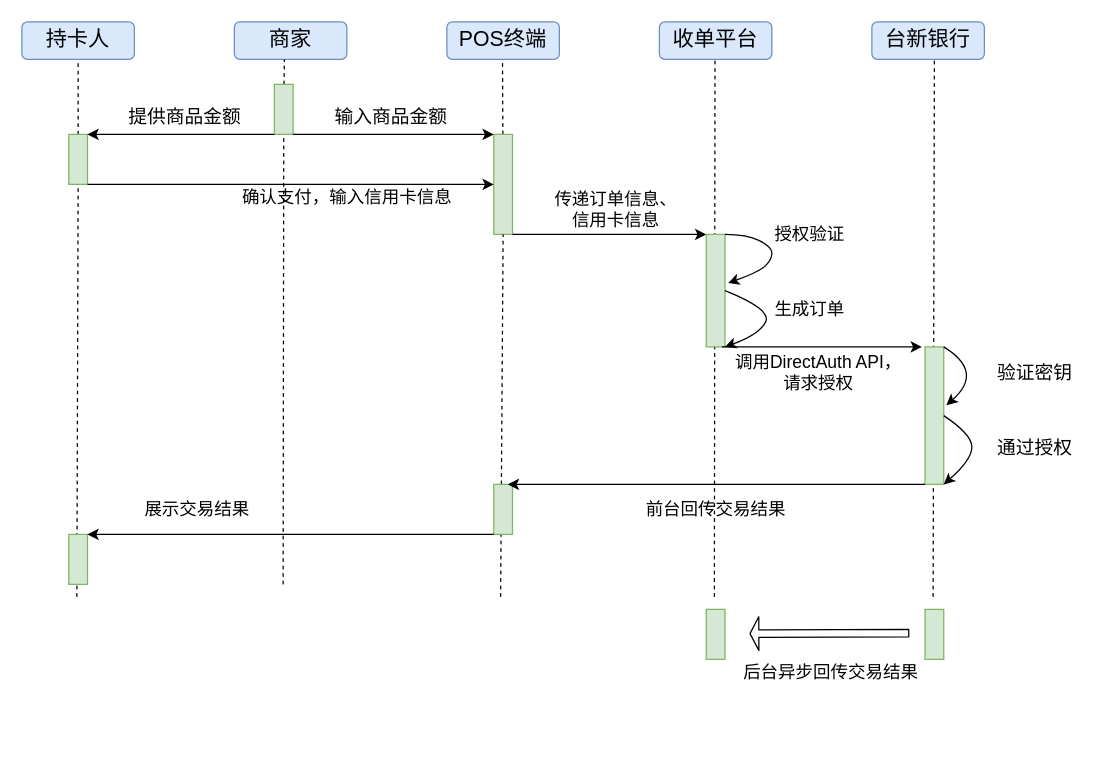
Earlier version of the draw.io diagram 台新银行--信用卡转账.drawio (MarkYongfengZheng/WFT). Source tidied: cells renumbered, new cells numbered last; positions are measured from the earlier drawing's top-left corner, leaving out a move shared by most shapes. Both pictures are drawn from the tidied source at 125%, with x=0, y=0 at pixel (21, 21).
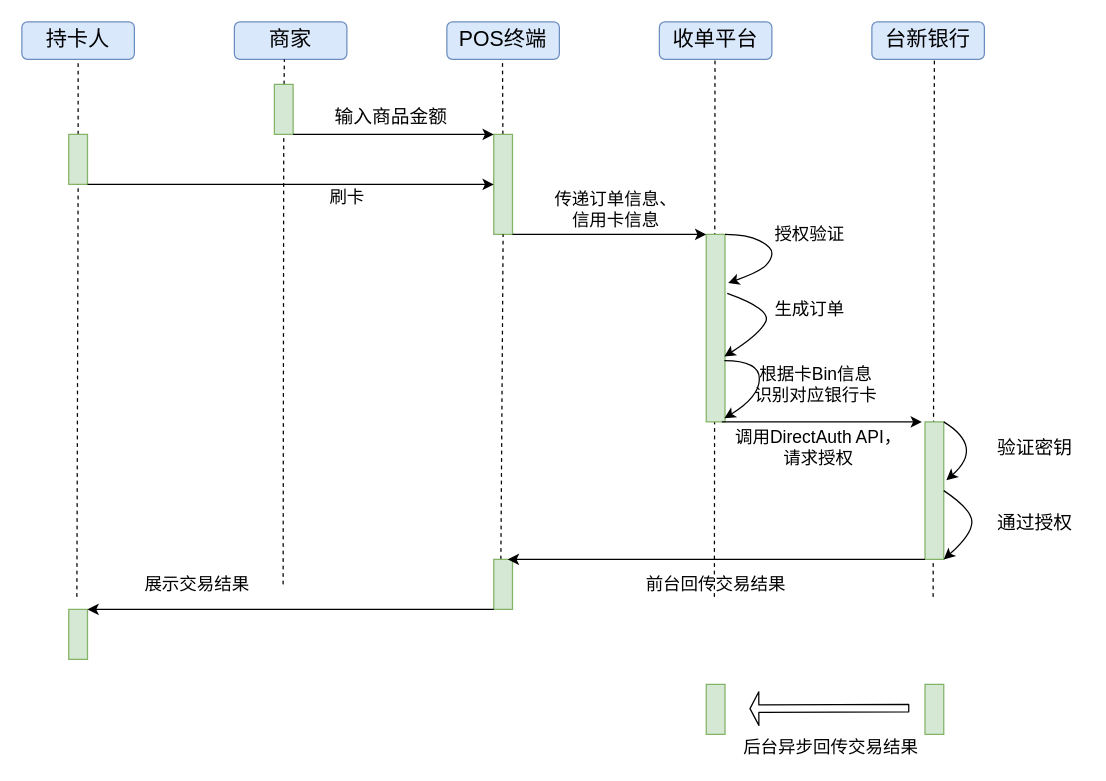
After the change.

Commit message:
Update 台新银行--信用卡转账.drawio

The change refers to these unchanged cells:
```xml
<mxCell id="12" style="rounded=0;whiteSpace=wrap;html=1;fontSize=17;fillColor=#d5e8d4;strokeColor=#82b366;" parent="1" vertex="1">
  <mxGeometry x="202" y="50" width="15" height="40" as="geometry" />
</mxCell>
<mxCell id="14" style="rounded=0;whiteSpace=wrap;html=1;fontSize=17;fillColor=#d5e8d4;strokeColor=#82b366;" parent="1" vertex="1">
  <mxGeometry x="37.5" y="90" width="15" height="40" as="geometry" />
</mxCell>
```

Change to the diagram source:
```diff
@@
-    <mxCell id="16" style="endArrow=classic;html=1;fontSize=17;exitX=0;exitY=1;exitDx=0;exitDy=0;entryX=1;entryY=0;entryDx=0;entryDy=0;" parent="1" edge="1" source="12" target="14">
-      <mxGeometry relative="1" as="geometry" />
-    </mxCell>
-    <mxCell id="17" value="提供商品金额" style="text;html=1;align=center;verticalAlign=middle;fontSize=15;" parent="1" vertex="1">
-      <mxGeometry x="75" y="65" width="110" height="20" as="geometry" />
-    </mxCell>
@@
-    <mxCell id="20" value="确认支付，输入信用卡信息" style="text;html=1;align=center;verticalAlign=middle;fontSize=14;" parent="1" vertex="1">
-      <mxGeometry x="170" y="130" width="180" height="20" as="geometry" />
+    <mxCell id="20" value="刷卡" style="text;html=1;align=center;verticalAlign=middle;fontSize=14;" parent="1" vertex="1">
+      <mxGeometry x="240" y="130" width="40" height="20" as="geometry" />
     </mxCell>
     <mxCell id="21" style="rounded=0;whiteSpace=wrap;html=1;fontSize=17;fillColor=#d5e8d4;strokeColor=#82b366;" parent="1" vertex="1">
-      <mxGeometry x="547.5" y="170" width="15" height="90" as="geometry" />
+      <mxGeometry x="547.5" y="170" width="15" height="150" as="geometry" />
     </mxCell>
@@
-    <mxCell id="26" style="curved=1;endArrow=classic;html=1;fontSize=15;exitX=1;exitY=0.5;exitDx=0;exitDy=0;entryX=1;entryY=1;entryDx=0;entryDy=0;" parent="1" edge="1" source="21" target="21">
+    <mxCell id="26" style="curved=1;endArrow=classic;html=1;fontSize=15;exitX=1.12;exitY=0.315;exitDx=0;exitDy=0;entryX=0.963;entryY=0.652;entryDx=0;entryDy=0;entryPerimeter=0;exitPerimeter=0;" parent="1" edge="1" source="21" target="21">
       <mxGeometry relative="1" as="geometry">
         <Array as="points">
           <mxPoint x="600" y="230" />
           <mxPoint x="590" y="250" />
         </Array>
       </mxGeometry>
     </mxCell>
@@
     <mxCell id="28" style="rounded=0;whiteSpace=wrap;html=1;fontSize=17;fillColor=#d5e8d4;strokeColor=#82b366;" parent="1" vertex="1">
-      <mxGeometry x="722.5" y="260" width="15" height="110" as="geometry" />
+      <mxGeometry x="722.5" y="320" width="15" height="110" as="geometry" />
     </mxCell>
     <mxCell id="29" style="endArrow=classic;html=1;fontSize=15;" parent="1" edge="1">
       <mxGeometry relative="1" as="geometry">
-        <mxPoint x="560" y="260" as="sourcePoint" />
-        <mxPoint x="720" y="260" as="targetPoint" />
+        <mxPoint x="560" y="320" as="sourcePoint" />
+        <mxPoint x="720" y="320" as="targetPoint" />
       </mxGeometry>
     </mxCell>
     <mxCell id="30" value="&lt;div&gt;调用DirectAuth API，&lt;/div&gt;&lt;div&gt;请求授权&lt;/div&gt;" style="text;html=1;align=center;verticalAlign=middle;points=[];fontSize=14;" parent="1" vertex="1">
-      <mxGeometry x="562" y="260" width="150" height="40" as="geometry" />
+      <mxGeometry x="562" y="320" width="150" height="40" as="geometry" />
     </mxCell>
     <mxCell id="31" style="curved=1;endArrow=classic;html=1;fontSize=15;exitX=1;exitY=0;exitDx=0;exitDy=0;entryX=1.139;entryY=0.424;entryDx=0;entryDy=0;entryPerimeter=0;" parent="1" edge="1" source="28" target="28">
       <mxGeometry relative="1" as="geometry">
         <Array as="points">
-          <mxPoint x="770" y="280" />
+          <mxPoint x="770" y="340" />
         </Array>
       </mxGeometry>
     </mxCell>
     <mxCell id="32" value="验证密钥" style="text;html=1;align=center;verticalAlign=middle;fontSize=15;" parent="1" vertex="1">
-      <mxGeometry x="770" y="270" width="80" height="20" as="geometry" />
+      <mxGeometry x="770" y="330" width="80" height="20" as="geometry" />
     </mxCell>
     <mxCell id="33" style="endArrow=none;dashed=1;html=1;fontSize=17;entryX=0.5;entryY=1;entryDx=0;entryDy=0;" parent="1" edge="1" source="37">
       <mxGeometry relative="1" as="geometry">
-        <mxPoint x="42.5" y="450" as="targetPoint" />
+        <mxPoint x="42.5" y="510" as="targetPoint" />
       </mxGeometry>
     </mxCell>
     <mxCell id="34" style="rounded=0;whiteSpace=wrap;html=1;fontSize=17;fillColor=#d5e8d4;strokeColor=#82b366;" parent="1" vertex="1">
-      <mxGeometry x="377.5" y="370" width="15" height="40" as="geometry" />
+      <mxGeometry x="377.5" y="430" width="15" height="40" as="geometry" />
     </mxCell>
     <mxCell id="35" style="endArrow=classic;html=1;fontSize=15;exitX=0;exitY=1;exitDx=0;exitDy=0;entryX=0.75;entryY=0;entryDx=0;entryDy=0;" parent="1" edge="1" target="34">
       <mxGeometry relative="1" as="geometry">
-        <mxPoint x="722.5" y="370" as="sourcePoint" />
+        <mxPoint x="722.5" y="430" as="sourcePoint" />
       </mxGeometry>
     </mxCell>
     <mxCell id="36" value="前台回传交易结果" style="text;html=1;align=center;verticalAlign=middle;fontSize=14;" parent="1" vertex="1">
-      <mxGeometry x="490" y="380" width="130" height="20" as="geometry" />
+      <mxGeometry x="490" y="440" width="130" height="20" as="geometry" />
     </mxCell>
     <mxCell id="37" style="rounded=0;whiteSpace=wrap;html=1;fontSize=17;fillColor=#d5e8d4;strokeColor=#82b366;" parent="1" vertex="1">
-      <mxGeometry x="37.5" y="410" width="15" height="40" as="geometry" />
+      <mxGeometry x="37.5" y="470" width="15" height="40" as="geometry" />
     </mxCell>
@@
     <mxCell id="39" value="展示交易结果" style="text;html=1;align=center;verticalAlign=middle;fontSize=14;" parent="1" vertex="1">
-      <mxGeometry x="90" y="380" width="100" height="20" as="geometry" />
+      <mxGeometry x="90" y="440" width="100" height="20" as="geometry" />
     </mxCell>
@@
     <mxCell id="43" style="curved=1;endArrow=classic;html=1;fontSize=15;exitX=1;exitY=0.5;exitDx=0;exitDy=0;entryX=1;entryY=1;entryDx=0;entryDy=0;" parent="1" edge="1" source="28" target="28">
       <mxGeometry relative="1" as="geometry">
         <Array as="points">
-          <mxPoint x="760" y="330" />
-          <mxPoint x="760" y="350" />
+          <mxPoint x="760" y="390" />
+          <mxPoint x="760" y="410" />
         </Array>
       </mxGeometry>
     </mxCell>
     <mxCell id="44" value="通过授权" style="text;html=1;align=center;verticalAlign=middle;fontSize=15;" parent="1" vertex="1">
-      <mxGeometry x="770" y="330" width="80" height="20" as="geometry" />
+      <mxGeometry x="770" y="390" width="80" height="20" as="geometry" />
     </mxCell>
     <mxCell id="45" style="rounded=0;whiteSpace=wrap;html=1;fontSize=17;fillColor=#d5e8d4;strokeColor=#82b366;" parent="1" vertex="1">
-      <mxGeometry x="722.5" y="470" width="15" height="40" as="geometry" />
+      <mxGeometry x="722.5" y="530" width="15" height="40" as="geometry" />
     </mxCell>
     <mxCell id="46" style="shape=flexArrow;endArrow=classic;html=1;fontSize=14;width=5.882352941176471;endSize=2.023529411764706;" parent="1" edge="1">
       <mxGeometry relative="1" as="geometry">
-        <mxPoint x="710" y="489" as="sourcePoint" />
-        <mxPoint x="582" y="489.4" as="targetPoint" />
+        <mxPoint x="710" y="549" as="sourcePoint" />
+        <mxPoint x="582" y="549.4" as="targetPoint" />
       </mxGeometry>
     </mxCell>
     <mxCell id="47" style="rounded=0;whiteSpace=wrap;html=1;fontSize=17;fillColor=#d5e8d4;strokeColor=#82b366;" parent="1" vertex="1">
-      <mxGeometry x="547.5" y="470" width="15" height="40" as="geometry" />
+      <mxGeometry x="547.5" y="530" width="15" height="40" as="geometry" />
     </mxCell>
     <mxCell id="48" value="后台异步回传交易结果" style="text;html=1;align=center;verticalAlign=middle;fontSize=14;" parent="1" vertex="1">
-      <mxGeometry x="567" y="510" width="160" height="20" as="geometry" />
+      <mxGeometry x="567" y="570" width="160" height="20" as="geometry" />
     </mxCell>
+    <mxCell id="49" value="&lt;div&gt;根据卡Bin信息&lt;/div&gt;&lt;div&gt;识别对应银行卡&lt;/div&gt;" style="text;html=1;align=center;verticalAlign=middle;fontSize=14;" parent="1" vertex="1">
+      <mxGeometry x="580" y="270" width="110" height="40" as="geometry" />
+    </mxCell>
+    <mxCell id="50" style="curved=1;endArrow=classic;html=1;fontSize=15;entryX=0;entryY=-0.071;entryDx=0;entryDy=0;entryPerimeter=0;" parent="1" edge="1" target="30">
+      <mxGeometry relative="1" as="geometry">
+        <mxPoint x="562" y="271" as="sourcePoint" />
+        <Array as="points">
+          <mxPoint x="590" y="271" />
+          <mxPoint x="590" y="300" />
+        </Array>
+      </mxGeometry>
+    </mxCell>
```
